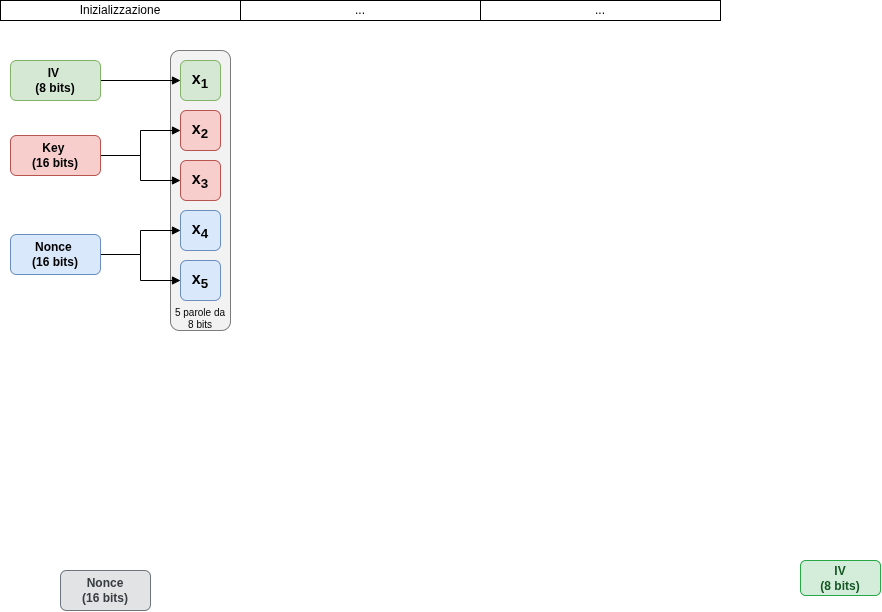
Above: ascon129f.drawio.png in P1c1s/ascon129f (draw.io), before the change. Source tidied: cells renumbered, new cells last; positions are measured from the earlier drawing's top-left corner, leaving out a move shared by most shapes. Its diagram source:
```xml
<mxGraphModel>
  <root>
    <mxCell id="0" />
    <mxCell id="1" parent="0" />
    <mxCell id="2" style="rounded=1;whiteSpace=wrap;html=1;fillColor=#E6E6E6;strokeColor=default;opacity=50;" parent="1" vertex="1">
      <mxGeometry x="170" y="50" width="60" height="280" as="geometry" />
    </mxCell>
    <mxCell id="3" value="Nonce&lt;br&gt;(16 bits)" style="rounded=1;whiteSpace=wrap;html=1;fillColor=#E2E3E5;strokeColor=#6C757D;fontStyle=1;fontColor=#383D41;" parent="1" vertex="1">
      <mxGeometry x="60" y="570" width="90" height="40" as="geometry" />
    </mxCell>
    <mxCell id="4" value="IV&lt;br&gt;(8 bits)" style="rounded=1;whiteSpace=wrap;html=1;fillColor=#D4EDDA;strokeColor=#28A745;fontStyle=1;fontColor=#155724;" parent="1" vertex="1">
      <mxGeometry x="800" y="560" width="80" height="35" as="geometry" />
    </mxCell>
    <mxCell id="5" value="x&lt;sub&gt;1&lt;/sub&gt;" style="rounded=1;whiteSpace=wrap;html=1;fillColor=#d5e8d4;strokeColor=#82b366;fontStyle=1;fontSize=16;" parent="1" vertex="1">
      <mxGeometry x="180" y="60" width="40" height="40" as="geometry" />
    </mxCell>
    <mxCell id="6" value="x&lt;sub&gt;2&lt;/sub&gt;" style="rounded=1;whiteSpace=wrap;html=1;fillColor=#f8cecc;strokeColor=#b85450;fontStyle=1;fontSize=16;" parent="1" vertex="1">
      <mxGeometry x="180" y="110" width="40" height="40" as="geometry" />
    </mxCell>
    <mxCell id="7" value="x&lt;sub&gt;3&lt;/sub&gt;" style="rounded=1;whiteSpace=wrap;html=1;fillColor=#f8cecc;strokeColor=#b85450;fontStyle=1;fontSize=16;" parent="1" vertex="1">
      <mxGeometry x="180" y="160" width="40" height="40" as="geometry" />
    </mxCell>
    <mxCell id="8" value="x&lt;sub&gt;4&lt;/sub&gt;" style="rounded=1;whiteSpace=wrap;html=1;fillColor=#dae8fc;strokeColor=#6c8ebf;fontStyle=1;fontSize=16;" parent="1" vertex="1">
      <mxGeometry x="180" y="210" width="40" height="40" as="geometry" />
    </mxCell>
    <mxCell id="9" value="x&lt;sub&gt;5&lt;/sub&gt;" style="rounded=1;whiteSpace=wrap;html=1;fillColor=#dae8fc;strokeColor=#6c8ebf;fontStyle=1;fontSize=16;" parent="1" vertex="1">
      <mxGeometry x="180" y="260" width="40" height="40" as="geometry" />
    </mxCell>
    <mxCell id="10" style="edgeStyle=orthogonalEdgeStyle;rounded=0;jettySize=auto;html=1;entryX=0;entryY=0.5;entryDx=0;entryDy=0;endArrow=block;endFill=1;" parent="1" edge="1" source="11" target="5">
      <mxGeometry relative="1" as="geometry" />
    </mxCell>
    <mxCell id="11" value="&lt;div&gt;IV&amp;nbsp;&lt;/div&gt;&lt;div&gt;(8 bits)&lt;/div&gt;" style="rounded=1;whiteSpace=wrap;html=1;fillColor=#d5e8d4;strokeColor=#82b366;fontStyle=1;fontSize=12;" parent="1" vertex="1">
      <mxGeometry x="10" y="60" width="90" height="40" as="geometry" />
    </mxCell>
    <mxCell id="12" style="edgeStyle=orthogonalEdgeStyle;rounded=0;jettySize=auto;html=1;entryX=0;entryY=0.5;entryDx=0;entryDy=0;endArrow=block;endFill=1;" parent="1" edge="1" source="14" target="6">
      <mxGeometry relative="1" as="geometry">
        <Array as="points">
          <mxPoint x="140" y="155" />
          <mxPoint x="140" y="130" />
        </Array>
      </mxGeometry>
    </mxCell>
    <mxCell id="13" style="edgeStyle=orthogonalEdgeStyle;rounded=0;jettySize=auto;html=1;entryX=0;entryY=0.5;entryDx=0;entryDy=0;endArrow=block;endFill=1;" parent="1" edge="1" source="14" target="7">
      <mxGeometry relative="1" as="geometry">
        <Array as="points">
          <mxPoint x="140" y="155" />
          <mxPoint x="140" y="180" />
        </Array>
      </mxGeometry>
    </mxCell>
    <mxCell id="14" value="&lt;div&gt;Key&amp;nbsp;&lt;/div&gt;&lt;div&gt;(16 bits)&lt;/div&gt;" style="rounded=1;whiteSpace=wrap;html=1;fillColor=#f8cecc;strokeColor=#b85450;fontStyle=1;fontSize=12;" parent="1" vertex="1">
      <mxGeometry x="10" y="135" width="90" height="40" as="geometry" />
    </mxCell>
    <mxCell id="15" style="edgeStyle=orthogonalEdgeStyle;rounded=0;jettySize=auto;html=1;entryX=0;entryY=0.5;entryDx=0;entryDy=0;endArrow=block;endFill=1;" parent="1" edge="1" source="17" target="8">
      <mxGeometry relative="1" as="geometry">
        <Array as="points">
          <mxPoint x="140" y="254" />
          <mxPoint x="140" y="230" />
        </Array>
      </mxGeometry>
    </mxCell>
    <mxCell id="16" style="edgeStyle=orthogonalEdgeStyle;rounded=0;jettySize=auto;html=1;entryX=0;entryY=0.5;entryDx=0;entryDy=0;endArrow=block;endFill=1;" parent="1" edge="1" source="17" target="9">
      <mxGeometry relative="1" as="geometry">
        <Array as="points">
          <mxPoint x="140" y="254" />
          <mxPoint x="140" y="280" />
        </Array>
      </mxGeometry>
    </mxCell>
    <mxCell id="17" value="&lt;div&gt;Nonce&amp;nbsp;&lt;/div&gt;&lt;div&gt;(16 bits)&lt;/div&gt;" style="rounded=1;whiteSpace=wrap;html=1;fillColor=#dae8fc;strokeColor=#6c8ebf;fontStyle=1;fontSize=12;" parent="1" vertex="1">
      <mxGeometry x="10" y="234" width="90" height="40" as="geometry" />
    </mxCell>
    <mxCell id="18" value="5 parole da 8 bits" style="text;html=1;whiteSpace=wrap;strokeColor=none;fillColor=none;align=center;verticalAlign=middle;rounded=0;fontSize=10;" parent="1" vertex="1">
      <mxGeometry x="170" y="308" width="60" height="20" as="geometry" />
    </mxCell>
    <mxCell id="19" value="Inizializzazione" style="rounded=0;whiteSpace=wrap;html=1;" parent="1" vertex="1">
      <mxGeometry width="240" height="20" as="geometry" />
    </mxCell>
    <mxCell id="20" value="..." style="rounded=0;whiteSpace=wrap;html=1;" parent="1" vertex="1">
      <mxGeometry x="240" width="240" height="20" as="geometry" />
    </mxCell>
    <mxCell id="21" value="..." style="rounded=0;whiteSpace=wrap;html=1;" parent="1" vertex="1">
      <mxGeometry x="480" width="240" height="20" as="geometry" />
    </mxCell>
  </root>
</mxGraphModel>
```
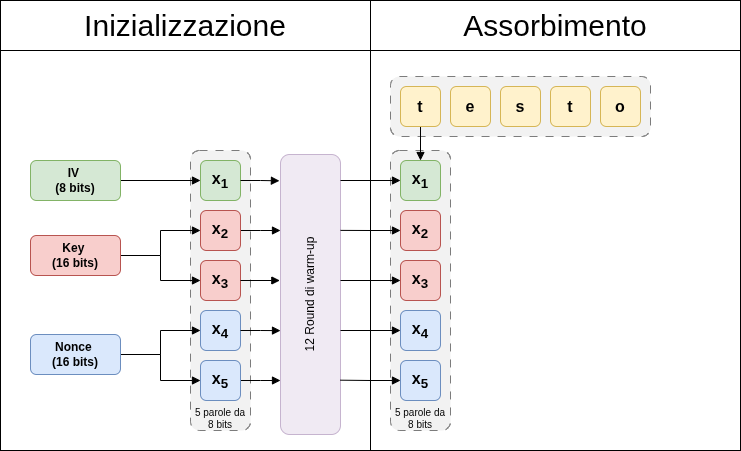
The same diagram one commit later.

Commit message:
modificato schema ascon129f

The edit, as a diff of the source:
```diff
@@ -2,85 +2,167 @@
   <root>
     <mxCell id="0" />
     <mxCell id="1" parent="0" />
-    <mxCell id="2" style="rounded=1;whiteSpace=wrap;html=1;fillColor=#E6E6E6;strokeColor=default;opacity=50;" parent="1" vertex="1">
-      <mxGeometry x="170" y="50" width="60" height="280" as="geometry" />
-    </mxCell>
-    <mxCell id="3" value="Nonce&lt;br&gt;(16 bits)" style="rounded=1;whiteSpace=wrap;html=1;fillColor=#E2E3E5;strokeColor=#6C757D;fontStyle=1;fontColor=#383D41;" parent="1" vertex="1">
-      <mxGeometry x="60" y="570" width="90" height="40" as="geometry" />
-    </mxCell>
-    <mxCell id="4" value="IV&lt;br&gt;(8 bits)" style="rounded=1;whiteSpace=wrap;html=1;fillColor=#D4EDDA;strokeColor=#28A745;fontStyle=1;fontColor=#155724;" parent="1" vertex="1">
-      <mxGeometry x="800" y="560" width="80" height="35" as="geometry" />
-    </mxCell>
-    <mxCell id="5" value="x&lt;sub&gt;1&lt;/sub&gt;" style="rounded=1;whiteSpace=wrap;html=1;fillColor=#d5e8d4;strokeColor=#82b366;fontStyle=1;fontSize=16;" parent="1" vertex="1">
-      <mxGeometry x="180" y="60" width="40" height="40" as="geometry" />
-    </mxCell>
-    <mxCell id="6" value="x&lt;sub&gt;2&lt;/sub&gt;" style="rounded=1;whiteSpace=wrap;html=1;fillColor=#f8cecc;strokeColor=#b85450;fontStyle=1;fontSize=16;" parent="1" vertex="1">
-      <mxGeometry x="180" y="110" width="40" height="40" as="geometry" />
-    </mxCell>
-    <mxCell id="7" value="x&lt;sub&gt;3&lt;/sub&gt;" style="rounded=1;whiteSpace=wrap;html=1;fillColor=#f8cecc;strokeColor=#b85450;fontStyle=1;fontSize=16;" parent="1" vertex="1">
-      <mxGeometry x="180" y="160" width="40" height="40" as="geometry" />
-    </mxCell>
-    <mxCell id="8" value="x&lt;sub&gt;4&lt;/sub&gt;" style="rounded=1;whiteSpace=wrap;html=1;fillColor=#dae8fc;strokeColor=#6c8ebf;fontStyle=1;fontSize=16;" parent="1" vertex="1">
-      <mxGeometry x="180" y="210" width="40" height="40" as="geometry" />
-    </mxCell>
-    <mxCell id="9" value="x&lt;sub&gt;5&lt;/sub&gt;" style="rounded=1;whiteSpace=wrap;html=1;fillColor=#dae8fc;strokeColor=#6c8ebf;fontStyle=1;fontSize=16;" parent="1" vertex="1">
-      <mxGeometry x="180" y="260" width="40" height="40" as="geometry" />
-    </mxCell>
-    <mxCell id="10" style="edgeStyle=orthogonalEdgeStyle;rounded=0;jettySize=auto;html=1;entryX=0;entryY=0.5;entryDx=0;entryDy=0;endArrow=block;endFill=1;" parent="1" edge="1" source="11" target="5">
-      <mxGeometry relative="1" as="geometry" />
-    </mxCell>
+    <mxCell id="21" style="rounded=0;whiteSpace=wrap;html=1;fontSize=30;" parent="1" vertex="1">
+      <mxGeometry x="350" y="-50" width="370" height="400" as="geometry" />
+    </mxCell>
+    <mxCell id="22" value="Assorbimento" style="rounded=0;whiteSpace=wrap;html=1;fontSize=30;" parent="1" vertex="1">
+      <mxGeometry x="350" y="-100" width="370" height="50" as="geometry" />
+    </mxCell>
+    <mxCell id="23" style="rounded=0;whiteSpace=wrap;html=1;fontSize=30;" parent="1" vertex="1">
+      <mxGeometry x="-20" y="-50" width="370" height="400" as="geometry" />
+    </mxCell>
+    <mxCell id="24" style="rounded=1;whiteSpace=wrap;html=1;fillColor=#E6E6E6;strokeColor=default;opacity=50;dashed=1;dashPattern=8 8;" parent="1" vertex="1">
+      <mxGeometry x="370" y="50" width="60" height="280" as="geometry" />
+    </mxCell>
+    <mxCell id="25" value="12 Round di warm-up" style="rounded=1;whiteSpace=wrap;html=1;fillColor=#e1d5e7;strokeColor=#9673a6;opacity=50;horizontal=0;" parent="1" vertex="1">
+      <mxGeometry x="260" y="54" width="60" height="280" as="geometry" />
+    </mxCell>
+    <mxCell id="26" style="rounded=1;whiteSpace=wrap;html=1;fillColor=#E6E6E6;strokeColor=default;opacity=50;direction=south;dashed=1;dashPattern=8 8;" parent="1" vertex="1">
+      <mxGeometry x="370" y="-24" width="260" height="60" as="geometry" />
+    </mxCell>
+    <mxCell id="27" style="rounded=1;whiteSpace=wrap;html=1;fillColor=#E6E6E6;strokeColor=default;opacity=50;dashed=1;dashPattern=8 8;" parent="1" vertex="1">
+      <mxGeometry x="170" y="50" width="60" height="280" as="geometry" />
+    </mxCell>
+    <mxCell id="28" value="x&lt;sub&gt;1&lt;/sub&gt;" style="rounded=1;whiteSpace=wrap;html=1;fillColor=#d5e8d4;strokeColor=#82b366;fontStyle=1;fontSize=16;" parent="1" vertex="1">
+      <mxGeometry x="180" y="60" width="40" height="40" as="geometry" />
+    </mxCell>
+    <mxCell id="29" style="edgeStyle=orthogonalEdgeStyle;rounded=0;jettySize=auto;html=1;endArrow=block;endFill=1;" parent="1" edge="1" source="30">
+      <mxGeometry relative="1" as="geometry">
+        <mxPoint x="260" y="130" as="targetPoint" />
+      </mxGeometry>
+    </mxCell>
+    <mxCell id="30" value="x&lt;sub&gt;2&lt;/sub&gt;" style="rounded=1;whiteSpace=wrap;html=1;fillColor=#f8cecc;strokeColor=#b85450;fontStyle=1;fontSize=16;" parent="1" vertex="1">
+      <mxGeometry x="180" y="110" width="40" height="40" as="geometry" />
+    </mxCell>
+    <mxCell id="31" value="x&lt;sub&gt;3&lt;/sub&gt;" style="rounded=1;whiteSpace=wrap;html=1;fillColor=#f8cecc;strokeColor=#b85450;fontStyle=1;fontSize=16;" parent="1" vertex="1">
+      <mxGeometry x="180" y="160" width="40" height="40" as="geometry" />
+    </mxCell>
+    <mxCell id="32" value="x&lt;sub&gt;4&lt;/sub&gt;" style="rounded=1;whiteSpace=wrap;html=1;fillColor=#dae8fc;strokeColor=#6c8ebf;fontStyle=1;fontSize=16;" parent="1" vertex="1">
+      <mxGeometry x="180" y="210" width="40" height="40" as="geometry" />
+    </mxCell>
+    <mxCell id="33" style="edgeStyle=orthogonalEdgeStyle;rounded=0;jettySize=auto;html=1;endArrow=block;endFill=1;" parent="1" edge="1" source="34">
+      <mxGeometry relative="1" as="geometry">
+        <mxPoint x="260" y="280" as="targetPoint" />
+      </mxGeometry>
+    </mxCell>
+    <mxCell id="34" value="x&lt;sub&gt;5&lt;/sub&gt;" style="rounded=1;whiteSpace=wrap;html=1;fillColor=#dae8fc;strokeColor=#6c8ebf;fontStyle=1;fontSize=16;" parent="1" vertex="1">
+      <mxGeometry x="180" y="260" width="40" height="40" as="geometry" />
+    </mxCell>
+    <mxCell id="35" style="edgeStyle=orthogonalEdgeStyle;rounded=0;jettySize=auto;html=1;entryX=0;entryY=0.5;entryDx=0;entryDy=0;endArrow=block;endFill=1;" parent="1" edge="1" source="11" target="28">
+      <mxGeometry relative="1" as="geometry" />
+    </mxCell>
     <mxCell id="11" value="&lt;div&gt;IV&amp;nbsp;&lt;/div&gt;&lt;div&gt;(8 bits)&lt;/div&gt;" style="rounded=1;whiteSpace=wrap;html=1;fillColor=#d5e8d4;strokeColor=#82b366;fontStyle=1;fontSize=12;" parent="1" vertex="1">
       <mxGeometry x="10" y="60" width="90" height="40" as="geometry" />
     </mxCell>
-    <mxCell id="12" style="edgeStyle=orthogonalEdgeStyle;rounded=0;jettySize=auto;html=1;entryX=0;entryY=0.5;entryDx=0;entryDy=0;endArrow=block;endFill=1;" parent="1" edge="1" source="14" target="6">
-      <mxGeometry relative="1" as="geometry">
-        <Array as="points">
-          <mxPoint x="140" y="155" />
-          <mxPoint x="140" y="130" />
-        </Array>
-      </mxGeometry>
-    </mxCell>
-    <mxCell id="13" style="edgeStyle=orthogonalEdgeStyle;rounded=0;jettySize=auto;html=1;entryX=0;entryY=0.5;entryDx=0;entryDy=0;endArrow=block;endFill=1;" parent="1" edge="1" source="14" target="7">
-      <mxGeometry relative="1" as="geometry">
-        <Array as="points">
-          <mxPoint x="140" y="155" />
-          <mxPoint x="140" y="180" />
-        </Array>
-      </mxGeometry>
-    </mxCell>
+    <mxCell id="36" style="edgeStyle=orthogonalEdgeStyle;rounded=0;jettySize=auto;html=1;entryX=0;entryY=0.5;entryDx=0;entryDy=0;endArrow=block;endFill=1;" parent="1" edge="1" source="14" target="30">
+      <mxGeometry relative="1" as="geometry">
+        <Array as="points">
+          <mxPoint x="140" y="155" />
+          <mxPoint x="140" y="130" />
+        </Array>
+      </mxGeometry>
+    </mxCell>
+    <mxCell id="37" style="edgeStyle=orthogonalEdgeStyle;rounded=0;jettySize=auto;html=1;entryX=0;entryY=0.5;entryDx=0;entryDy=0;endArrow=block;endFill=1;" parent="1" edge="1" source="14" target="31">
+      <mxGeometry relative="1" as="geometry">
+        <Array as="points">
+          <mxPoint x="140" y="155" />
+          <mxPoint x="140" y="180" />
+        </Array>
+      </mxGeometry>
+    </mxCell>
     <mxCell id="14" value="&lt;div&gt;Key&amp;nbsp;&lt;/div&gt;&lt;div&gt;(16 bits)&lt;/div&gt;" style="rounded=1;whiteSpace=wrap;html=1;fillColor=#f8cecc;strokeColor=#b85450;fontStyle=1;fontSize=12;" parent="1" vertex="1">
       <mxGeometry x="10" y="135" width="90" height="40" as="geometry" />
     </mxCell>
-    <mxCell id="15" style="edgeStyle=orthogonalEdgeStyle;rounded=0;jettySize=auto;html=1;entryX=0;entryY=0.5;entryDx=0;entryDy=0;endArrow=block;endFill=1;" parent="1" edge="1" source="17" target="8">
-      <mxGeometry relative="1" as="geometry">
-        <Array as="points">
-          <mxPoint x="140" y="254" />
-          <mxPoint x="140" y="230" />
-        </Array>
-      </mxGeometry>
-    </mxCell>
-    <mxCell id="16" style="edgeStyle=orthogonalEdgeStyle;rounded=0;jettySize=auto;html=1;entryX=0;entryY=0.5;entryDx=0;entryDy=0;endArrow=block;endFill=1;" parent="1" edge="1" source="17" target="9">
-      <mxGeometry relative="1" as="geometry">
-        <Array as="points">
-          <mxPoint x="140" y="254" />
-          <mxPoint x="140" y="280" />
-        </Array>
-      </mxGeometry>
-    </mxCell>
+    <mxCell id="38" style="edgeStyle=orthogonalEdgeStyle;rounded=0;jettySize=auto;html=1;entryX=0;entryY=0.5;entryDx=0;entryDy=0;endArrow=block;endFill=1;" parent="1" edge="1" source="17" target="32">
+      <mxGeometry relative="1" as="geometry">
+        <Array as="points">
+          <mxPoint x="140" y="254" />
+          <mxPoint x="140" y="230" />
+        </Array>
+      </mxGeometry>
+    </mxCell>
+    <mxCell id="39" style="edgeStyle=orthogonalEdgeStyle;rounded=0;jettySize=auto;html=1;entryX=0;entryY=0.5;entryDx=0;entryDy=0;endArrow=block;endFill=1;" parent="1" edge="1" source="17" target="34">
+      <mxGeometry relative="1" as="geometry">
+        <Array as="points">
+          <mxPoint x="140" y="254" />
+          <mxPoint x="140" y="280" />
+        </Array>
+      </mxGeometry>
+    </mxCell>
     <mxCell id="17" value="&lt;div&gt;Nonce&amp;nbsp;&lt;/div&gt;&lt;div&gt;(16 bits)&lt;/div&gt;" style="rounded=1;whiteSpace=wrap;html=1;fillColor=#dae8fc;strokeColor=#6c8ebf;fontStyle=1;fontSize=12;" parent="1" vertex="1">
       <mxGeometry x="10" y="234" width="90" height="40" as="geometry" />
     </mxCell>
-    <mxCell id="18" value="5 parole da 8 bits" style="text;html=1;whiteSpace=wrap;strokeColor=none;fillColor=none;align=center;verticalAlign=middle;rounded=0;fontSize=10;" parent="1" vertex="1">
-      <mxGeometry x="170" y="308" width="60" height="20" as="geometry" />
-    </mxCell>
+    <mxCell id="40" value="5 parole da 8 bits" style="text;html=1;whiteSpace=wrap;strokeColor=none;fillColor=none;align=center;verticalAlign=middle;rounded=0;fontSize=10;" parent="1" vertex="1">
+      <mxGeometry x="170" y="308" width="60" height="20" as="geometry" />
+    </mxCell>
-    <mxCell id="19" value="Inizializzazione" style="rounded=0;whiteSpace=wrap;html=1;" parent="1" vertex="1">
-      <mxGeometry width="240" height="20" as="geometry" />
+    <mxCell id="19" value="Inizializzazione" style="rounded=0;whiteSpace=wrap;html=1;fontSize=30;" parent="1" vertex="1">
+      <mxGeometry x="-20" y="-100" width="370" height="50" as="geometry" />
     </mxCell>
-    <mxCell id="20" value="..." style="rounded=0;whiteSpace=wrap;html=1;" parent="1" vertex="1">
-      <mxGeometry x="240" width="240" height="20" as="geometry" />
-    </mxCell>
-    <mxCell id="21" value="..." style="rounded=0;whiteSpace=wrap;html=1;" parent="1" vertex="1">
-      <mxGeometry x="480" width="240" height="20" as="geometry" />
-    </mxCell>
+    <mxCell id="41" style="edgeStyle=orthogonalEdgeStyle;rounded=0;jettySize=auto;html=1;startArrow=block;startFill=1;endArrow=none;endFill=0;" parent="1" edge="1" source="42">
+      <mxGeometry relative="1" as="geometry">
+        <mxPoint x="320" y="80" as="targetPoint" />
+      </mxGeometry>
+    </mxCell>
+    <mxCell id="42" value="x&lt;sub&gt;1&lt;/sub&gt;" style="rounded=1;whiteSpace=wrap;html=1;fillColor=#d5e8d4;strokeColor=#82b366;fontStyle=1;fontSize=16;" parent="1" vertex="1">
+      <mxGeometry x="380" y="60" width="40" height="40" as="geometry" />
+    </mxCell>
+    <mxCell id="43" value="x&lt;sub&gt;2&lt;/sub&gt;" style="rounded=1;whiteSpace=wrap;html=1;fillColor=#f8cecc;strokeColor=#b85450;fontStyle=1;fontSize=16;" parent="1" vertex="1">
+      <mxGeometry x="380" y="110" width="40" height="40" as="geometry" />
+    </mxCell>
+    <mxCell id="44" value="x&lt;sub&gt;3&lt;/sub&gt;" style="rounded=1;whiteSpace=wrap;html=1;fillColor=#f8cecc;strokeColor=#b85450;fontStyle=1;fontSize=16;" parent="1" vertex="1">
+      <mxGeometry x="380" y="160" width="40" height="40" as="geometry" />
+    </mxCell>
+    <mxCell id="45" style="edgeStyle=orthogonalEdgeStyle;rounded=0;jettySize=auto;html=1;startArrow=block;startFill=1;endArrow=none;endFill=0;" parent="1" edge="1" source="46">
+      <mxGeometry relative="1" as="geometry">
+        <mxPoint x="320" y="230" as="targetPoint" />
+      </mxGeometry>
+    </mxCell>
+    <mxCell id="46" value="x&lt;sub&gt;4&lt;/sub&gt;" style="rounded=1;whiteSpace=wrap;html=1;fillColor=#dae8fc;strokeColor=#6c8ebf;fontStyle=1;fontSize=16;" parent="1" vertex="1">
+      <mxGeometry x="380" y="210" width="40" height="40" as="geometry" />
+    </mxCell>
+    <mxCell id="47" value="x&lt;sub&gt;5&lt;/sub&gt;" style="rounded=1;whiteSpace=wrap;html=1;fillColor=#dae8fc;strokeColor=#6c8ebf;fontStyle=1;fontSize=16;" parent="1" vertex="1">
+      <mxGeometry x="380" y="260" width="40" height="40" as="geometry" />
+    </mxCell>
+    <mxCell id="48" value="5 parole da 8 bits" style="text;html=1;whiteSpace=wrap;strokeColor=none;fillColor=none;align=center;verticalAlign=middle;rounded=0;fontSize=10;" parent="1" vertex="1">
+      <mxGeometry x="370" y="308" width="60" height="20" as="geometry" />
+    </mxCell>
+    <mxCell id="49" style="edgeStyle=orthogonalEdgeStyle;rounded=0;jettySize=auto;html=1;entryX=0.5;entryY=0;entryDx=0;entryDy=0;endArrow=block;endFill=1;" parent="1" edge="1" source="50" target="42">
+      <mxGeometry relative="1" as="geometry" />
+    </mxCell>
+    <mxCell id="50" value="t" style="rounded=1;whiteSpace=wrap;html=1;fillColor=#fff2cc;strokeColor=#d6b656;fontStyle=1;fontSize=16;" parent="1" vertex="1">
+      <mxGeometry x="380" y="-14" width="40" height="40" as="geometry" />
+    </mxCell>
+    <mxCell id="51" value="e" style="rounded=1;whiteSpace=wrap;html=1;fillColor=#fff2cc;strokeColor=#d6b656;fontStyle=1;fontSize=16;" parent="1" vertex="1">
+      <mxGeometry x="430" y="-14" width="40" height="40" as="geometry" />
+    </mxCell>
+    <mxCell id="52" value="s" style="rounded=1;whiteSpace=wrap;html=1;fillColor=#fff2cc;strokeColor=#d6b656;fontStyle=1;fontSize=16;" parent="1" vertex="1">
+      <mxGeometry x="480" y="-14" width="40" height="40" as="geometry" />
+    </mxCell>
+    <mxCell id="53" style="edgeStyle=orthogonalEdgeStyle;rounded=0;jettySize=auto;html=1;entryX=0.998;entryY=0.806;entryDx=0;entryDy=0;entryPerimeter=0;startArrow=block;startFill=1;endArrow=none;endFill=0;" parent="1" edge="1" source="47" target="25">
+      <mxGeometry relative="1" as="geometry" />
+    </mxCell>
+    <mxCell id="54" style="edgeStyle=orthogonalEdgeStyle;rounded=0;jettySize=auto;html=1;entryX=0;entryY=0.629;entryDx=0;entryDy=0;entryPerimeter=0;endArrow=block;endFill=1;" parent="1" edge="1" source="32" target="25">
+      <mxGeometry relative="1" as="geometry" />
+    </mxCell>
+    <mxCell id="55" value="t" style="rounded=1;whiteSpace=wrap;html=1;fillColor=#fff2cc;strokeColor=#d6b656;fontStyle=1;fontSize=16;" parent="1" vertex="1">
+      <mxGeometry x="530" y="-14" width="40" height="40" as="geometry" />
+    </mxCell>
+    <mxCell id="56" value="o" style="rounded=1;whiteSpace=wrap;html=1;fillColor=#fff2cc;strokeColor=#d6b656;fontStyle=1;fontSize=16;" parent="1" vertex="1">
+      <mxGeometry x="580" y="-14" width="40" height="40" as="geometry" />
+    </mxCell>
+    <mxCell id="57" style="edgeStyle=orthogonalEdgeStyle;rounded=0;jettySize=auto;html=1;startArrow=block;startFill=1;endArrow=none;endFill=0;" parent="1" edge="1" source="44">
+      <mxGeometry relative="1" as="geometry">
+        <mxPoint x="320" y="180" as="targetPoint" />
+      </mxGeometry>
+    </mxCell>
+    <mxCell id="58" style="edgeStyle=orthogonalEdgeStyle;rounded=0;jettySize=auto;html=1;entryX=1;entryY=0.271;entryDx=0;entryDy=0;entryPerimeter=0;startArrow=block;startFill=1;endArrow=none;endFill=0;" parent="1" edge="1" source="43" target="25">
+      <mxGeometry relative="1" as="geometry" />
+    </mxCell>
+    <mxCell id="59" style="edgeStyle=orthogonalEdgeStyle;rounded=0;jettySize=auto;html=1;entryX=-0.011;entryY=0.45;entryDx=0;entryDy=0;entryPerimeter=0;endArrow=block;endFill=1;" parent="1" edge="1" source="31" target="25">
+      <mxGeometry relative="1" as="geometry" />
+    </mxCell>
+    <mxCell id="60" style="edgeStyle=orthogonalEdgeStyle;rounded=0;jettySize=auto;html=1;entryX=-0.018;entryY=0.094;entryDx=0;entryDy=0;entryPerimeter=0;endArrow=block;endFill=1;" parent="1" edge="1" source="28" target="25">
+      <mxGeometry relative="1" as="geometry" />
+    </mxCell>
   </root>
 </mxGraphModel>
```
